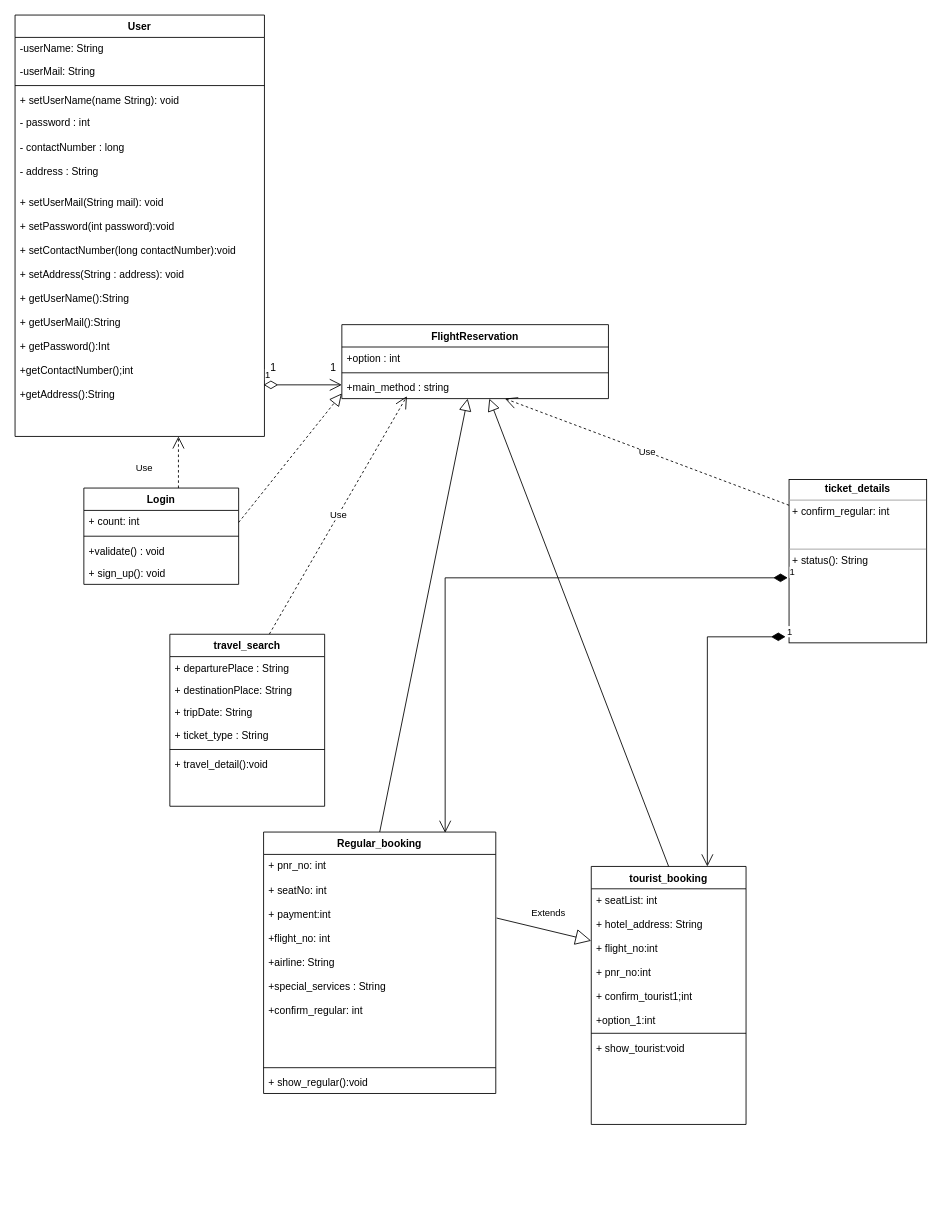
This is flightReservation_uml.drawio from BhaDuDo/FlightReservation, a draw.io file, before an edit. Source tidied: cells renumbered, new cells numbered last; positions are measured from the earlier drawing's top-left corner, leaving out a move shared by most shapes. Both pictures are drawn from the tidied source at 86%, with x=0, y=0 at pixel (15, 15).
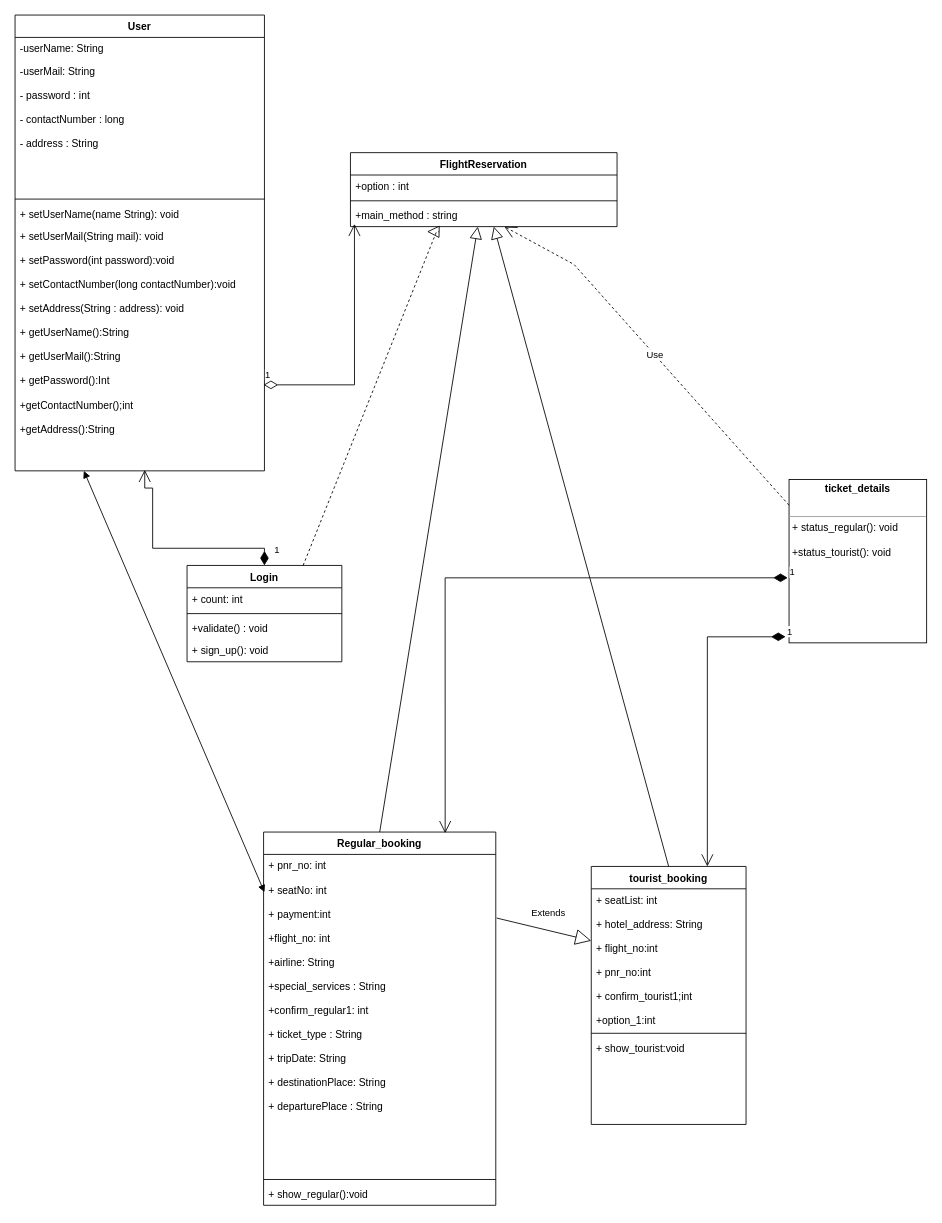
The same page after the edit.

Commit message:
final uml completed

The change refers to these unchanged cells:
```xml
<mxCell id="15" value="+main_method : string" style="text;strokeColor=none;fillColor=none;align=left;verticalAlign=top;spacingLeft=4;spacingRight=4;overflow=hidden;points=[[0,0.5],[1,0.5]];portConstraint=eastwest;" parent="12" vertex="1">
  <mxGeometry y="60" width="310" height="26" as="geometry" />
</mxCell>
```

What changed in the source:
```diff
@@
     <mxCell id="2" value="Login" style="swimlane;fontStyle=1;align=center;verticalAlign=top;horizontal=1;startSize=26;" parent="1" vertex="1">
-      <mxGeometry x="80" y="550" width="180" height="112" as="geometry" />
+      <mxGeometry x="200" y="640" width="180" height="112" as="geometry" />
     </mxCell>
@@
     <mxCell id="12" value="FlightReservation" style="swimlane;fontStyle=1;align=center;verticalAlign=top;horizontal=1;startSize=26;" parent="1" vertex="1">
-      <mxGeometry x="380" y="360" width="310" height="86" as="geometry" />
+      <mxGeometry x="390" y="160" width="310" height="86" as="geometry" />
     </mxCell>
@@
     <mxCell id="18" value="Regular_booking" style="swimlane;fontStyle=1;align=center;verticalAlign=top;horizontal=1;startSize=26;" parent="1" vertex="1">
-      <mxGeometry x="289" y="950" width="270" height="304" as="geometry" />
+      <mxGeometry x="289" y="950" width="270" height="434" as="geometry" />
     </mxCell>
-    <mxCell id="19" value="+ pnr_no: int&#10;&#10;+ seatNo: int&#10;&#10;+ payment:int&#10;&#10;+flight_no: int&#10;&#10;+airline: String&#10;&#10;+special_services : String&#10;&#10;+confirm_regular: int " style="text;strokeColor=none;fillColor=none;align=left;verticalAlign=top;spacingLeft=4;spacingRight=4;overflow=hidden;" parent="18" vertex="1">
-      <mxGeometry y="26" width="270" height="244" as="geometry" />
+    <mxCell id="19" value="+ pnr_no: int&#10;&#10;+ seatNo: int&#10;&#10;+ payment:int&#10;&#10;+flight_no: int&#10;&#10;+airline: String&#10;&#10;+special_services : String&#10;&#10;+confirm_regular1: int&#10;&#10;+ ticket_type : String &#10;&#10;+ tripDate: String&#10;&#10;+ destinationPlace: String&#10;&#10;+ departurePlace : String" style="text;strokeColor=none;fillColor=none;align=left;verticalAlign=top;spacingLeft=4;spacingRight=4;overflow=hidden;" parent="18" vertex="1">
+      <mxGeometry y="26" width="270" height="374" as="geometry" />
     </mxCell>
     <mxCell id="20" style="line;strokeWidth=1;fillColor=none;align=left;verticalAlign=middle;spacingTop=-1;spacingLeft=3;spacingRight=3;labelPosition=right;" parent="18" vertex="1">
-      <mxGeometry y="270" width="270" height="8" as="geometry" />
+      <mxGeometry y="400" width="270" height="8" as="geometry" />
     </mxCell>
     <mxCell id="21" value="+ show_regular():void" style="text;strokeColor=none;fillColor=none;align=left;verticalAlign=top;spacingLeft=4;spacingRight=4;overflow=hidden;" parent="18" vertex="1">
-      <mxGeometry y="278" width="270" height="26" as="geometry" />
+      <mxGeometry y="408" width="270" height="26" as="geometry" />
     </mxCell>
     <mxCell id="22" value="User" style="swimlane;fontStyle=1;align=center;verticalAlign=top;horizontal=1;startSize=26;" parent="1" vertex="1">
-      <mxGeometry width="290" height="490" as="geometry" />
+      <mxGeometry width="290" height="530" as="geometry" />
     </mxCell>
@@
-    <mxCell id="24" value="-userMail: String" style="text;strokeColor=none;fillColor=none;align=left;verticalAlign=top;spacingLeft=4;spacingRight=4;overflow=hidden;" parent="22" vertex="1">
-      <mxGeometry y="52" width="290" height="26" as="geometry" />
+    <mxCell id="24" value="-userMail: String&#10;&#10;- password : int&#10;&#10;- contactNumber : long&#10;&#10;- address : String" style="text;strokeColor=none;fillColor=none;align=left;verticalAlign=top;spacingLeft=4;spacingRight=4;overflow=hidden;" parent="22" vertex="1">
+      <mxGeometry y="52" width="290" height="158" as="geometry" />
     </mxCell>
     <mxCell id="25" style="line;strokeWidth=1;fillColor=none;align=left;verticalAlign=middle;spacingTop=-1;spacingLeft=3;spacingRight=3;labelPosition=right;" parent="22" vertex="1">
-      <mxGeometry y="78" width="290" height="8" as="geometry" />
+      <mxGeometry y="210" width="290" height="8" as="geometry" />
     </mxCell>
     <mxCell id="26" value="+ setUserName(name String): void" style="text;strokeColor=none;fillColor=none;align=left;verticalAlign=top;spacingLeft=4;spacingRight=4;overflow=hidden;" parent="22" vertex="1">
-      <mxGeometry y="86" width="290" height="26" as="geometry" />
+      <mxGeometry y="218" width="290" height="26" as="geometry" />
     </mxCell>
-    <mxCell id="27" value="- password : int&#10;&#10;- contactNumber : long&#10;&#10;- address : String" style="text;strokeColor=none;fillColor=none;align=left;verticalAlign=top;spacingLeft=4;spacingRight=4;overflow=hidden;" parent="22" vertex="1">
-      <mxGeometry y="112" width="290" height="92" as="geometry" />
-    </mxCell>
     <mxCell id="28" value="+ setUserMail(String mail): void&#10;&#10;+ setPassword(int password):void&#10;&#10;+ setContactNumber(long contactNumber):void&#10;&#10;+ setAddress(String : address): void&#10;&#10;+ getUserName():String&#10;&#10;+ getUserMail():String&#10;&#10;+ getPassword():Int&#10;&#10;+getContactNumber();int&#10;&#10;+getAddress():String&#10;" style="text;strokeColor=none;fillColor=none;align=left;verticalAlign=top;spacingLeft=4;spacingRight=4;overflow=hidden;points=[[0,0.5],[1,0.5]];portConstraint=eastwest;" parent="22" vertex="1">
-      <mxGeometry y="204" width="290" height="286" as="geometry" />
+      <mxGeometry y="244" width="290" height="286" as="geometry" />
     </mxCell>
-    <mxCell id="29" value="1" style="text;html=1;align=center;verticalAlign=middle;" parent="1" vertex="1">
-      <mxGeometry x="290" y="400" width="20" height="20" as="geometry" />
-    </mxCell>
-    <mxCell id="30" value="1" style="text;html=1;align=center;verticalAlign=middle;" parent="1" vertex="1">
-      <mxGeometry x="360" y="400" width="20" height="20" as="geometry" />
-    </mxCell>
-    <mxCell id="31" value="travel_search" style="swimlane;fontStyle=1;align=center;verticalAlign=top;horizontal=1;startSize=26;" parent="1" vertex="1">
-      <mxGeometry x="180" y="720" width="180" height="200" as="geometry" />
-    </mxCell>
-    <mxCell id="32" value="+ departurePlace : String" style="text;strokeColor=none;fillColor=none;align=left;verticalAlign=top;spacingLeft=4;spacingRight=4;overflow=hidden;" parent="31" vertex="1">
-      <mxGeometry y="26" width="180" height="26" as="geometry" />
-    </mxCell>
-    <mxCell id="33" value="+ destinationPlace: String" style="text;strokeColor=none;fillColor=none;align=left;verticalAlign=top;spacingLeft=4;spacingRight=4;overflow=hidden;" parent="31" vertex="1">
-      <mxGeometry y="52" width="180" height="26" as="geometry" />
-    </mxCell>
-    <mxCell id="34" value="+ tripDate: String" style="text;strokeColor=none;fillColor=none;align=left;verticalAlign=top;spacingLeft=4;spacingRight=4;overflow=hidden;" parent="31" vertex="1">
-      <mxGeometry y="78" width="180" height="26" as="geometry" />
-    </mxCell>
-    <mxCell id="35" value="+ ticket_type : String" style="text;strokeColor=none;fillColor=none;align=left;verticalAlign=top;spacingLeft=4;spacingRight=4;overflow=hidden;" parent="31" vertex="1">
-      <mxGeometry y="104" width="180" height="26" as="geometry" />
-    </mxCell>
-    <mxCell id="36" style="line;strokeWidth=1;fillColor=none;align=left;verticalAlign=middle;spacingTop=-1;spacingLeft=3;spacingRight=3;labelPosition=right;" parent="31" vertex="1">
-      <mxGeometry y="130" width="180" height="8" as="geometry" />
-    </mxCell>
-    <mxCell id="37" value="+ travel_detail():void" style="text;strokeColor=none;fillColor=none;align=left;verticalAlign=top;spacingLeft=4;spacingRight=4;overflow=hidden;" parent="31" vertex="1">
-      <mxGeometry y="138" width="180" height="62" as="geometry" />
-    </mxCell>
-    <mxCell id="38" value="&lt;p style=&quot;margin: 0px ; margin-top: 4px ; text-align: center&quot;&gt;&lt;b&gt;ticket_details&lt;/b&gt;&lt;/p&gt;&lt;hr size=&quot;1&quot;&gt;&lt;p style=&quot;margin: 0px ; margin-left: 4px&quot;&gt;+ confirm_regular: int&lt;/p&gt;&lt;p style=&quot;margin: 0px ; margin-left: 4px&quot;&gt;&lt;br&gt;&lt;/p&gt;&lt;p style=&quot;margin: 0px ; margin-left: 4px&quot;&gt;&lt;br&gt;&lt;/p&gt;&lt;hr size=&quot;1&quot;&gt;&lt;p style=&quot;margin: 0px ; margin-left: 4px&quot;&gt;+ status(): String&lt;/p&gt;" style="verticalAlign=top;align=left;overflow=fill;fontSize=12;fontFamily=Helvetica;html=1;" parent="1" vertex="1">
+    <mxCell id="38" value="&lt;p style=&quot;margin: 0px ; margin-top: 4px ; text-align: center&quot;&gt;&lt;b&gt;ticket_details&lt;/b&gt;&lt;/p&gt;&lt;p style=&quot;margin: 0px ; margin-top: 4px ; text-align: center&quot;&gt;&lt;b&gt;&lt;br&gt;&lt;/b&gt;&lt;/p&gt;&lt;hr size=&quot;1&quot;&gt;&lt;p style=&quot;margin: 0px ; margin-left: 4px&quot;&gt;+ status_regular(): void&lt;/p&gt;&lt;p style=&quot;margin: 0px ; margin-left: 4px&quot;&gt;&lt;br&gt;&lt;/p&gt;&lt;p style=&quot;margin: 0px ; margin-left: 4px&quot;&gt;+status_tourist(): void&lt;/p&gt;" style="verticalAlign=top;align=left;overflow=fill;fontSize=12;fontFamily=Helvetica;html=1;" parent="1" vertex="1">
       <mxGeometry x="900" y="540" width="160" height="190" as="geometry" />
     </mxCell>
-    <mxCell id="39" value="1" style="endArrow=open;html=1;endSize=12;startArrow=diamondThin;startSize=14;startFill=0;edgeStyle=orthogonalEdgeStyle;align=left;verticalAlign=bottom;rounded=0;" parent="1" edge="1">
+    <mxCell id="39" value="1" style="endArrow=open;html=1;endSize=12;startArrow=diamondThin;startSize=14;startFill=0;edgeStyle=orthogonalEdgeStyle;align=left;verticalAlign=bottom;rounded=0;entryX=0.015;entryY=0.88;entryDx=0;entryDy=0;entryPerimeter=0;" parent="1" edge="1" target="15">
       <mxGeometry x="-1" y="3" relative="1" as="geometry">
         <mxPoint x="289" y="430" as="sourcePoint" />
-        <mxPoint x="380" y="430" as="targetPoint" />
         <Array as="points">
-          <mxPoint x="329" y="430" />
-          <mxPoint x="329" y="430" />
+          <mxPoint x="395" y="430" />
         </Array>
       </mxGeometry>
     </mxCell>
-    <mxCell id="40" style="endArrow=block;dashed=1;endFill=0;endSize=12;html=1;rounded=0;" parent="1" edge="1">
+    <mxCell id="40" style="endArrow=block;dashed=1;endFill=0;endSize=12;html=1;rounded=0;exitX=0.75;exitY=0;exitDx=0;exitDy=0;entryX=0.287;entryY=1.222;entryDx=0;entryDy=0;entryPerimeter=0;" parent="1" edge="1" source="2" target="15">
       <mxGeometry relative="1" as="geometry">
-        <mxPoint x="260" y="590" as="sourcePoint" />
-        <mxPoint x="380" y="440" as="targetPoint" />
+        <Array as="points">
+          <mxPoint x="490" y="252" />
+        </Array>
       </mxGeometry>
     </mxCell>
-    <mxCell id="41" value="Use" style="endArrow=open;endSize=12;dashed=1;html=1;rounded=0;" parent="1" edge="1">
-      <mxGeometry x="-0.25" y="40" relative="1" as="geometry">
-        <mxPoint x="190" y="550" as="sourcePoint" />
-        <mxPoint x="190" y="490" as="targetPoint" />
-        <Array as="points">
-          <mxPoint x="190" y="520" />
-        </Array>
-      </mxGeometry>
-    </mxCell>
-    <mxCell id="42" value="Use" style="endArrow=open;endSize=12;dashed=1;html=1;rounded=0;exitX=0.643;exitY=-0.001;exitDx=0;exitDy=0;exitPerimeter=0;entryX=0.244;entryY=0.89;entryDx=0;entryDy=0;entryPerimeter=0;" parent="1" edge="1" source="31" target="15">
-      <mxGeometry relative="1" as="geometry" />
-    </mxCell>
     <mxCell id="43" value="Use" style="endArrow=open;endSize=12;dashed=1;html=1;rounded=0;exitX=0;exitY=0.158;exitDx=0;exitDy=0;exitPerimeter=0;" parent="1" edge="1" source="38" target="15">
-      <mxGeometry relative="1" as="geometry" />
+      <mxGeometry relative="1" as="geometry">
+        <Array as="points">
+          <mxPoint x="650" y="290" />
+        </Array>
+      </mxGeometry>
     </mxCell>
@@
+    <mxCell id="46" value="1" style="endArrow=open;html=1;endSize=12;startArrow=diamondThin;startSize=14;startFill=1;edgeStyle=orthogonalEdgeStyle;align=left;verticalAlign=bottom;rounded=0;exitX=0.5;exitY=0;exitDx=0;exitDy=0;entryX=0.52;entryY=0.996;entryDx=0;entryDy=0;entryPerimeter=0;" parent="1" edge="1" source="2" target="28">
+      <mxGeometry x="-0.92" y="-10" relative="1" as="geometry">
+        <Array as="points">
+          <mxPoint x="290" y="620" />
+          <mxPoint x="160" y="620" />
+          <mxPoint x="160" y="550" />
+          <mxPoint x="151" y="550" />
+        </Array>
+        <mxPoint y="1" as="offset" />
+      </mxGeometry>
+    </mxCell>
+    <mxCell id="47" style="endArrow=block;startArrow=block;endFill=1;startFill=1;html=1;rounded=0;" parent="1" edge="1">
+      <mxGeometry relative="1" as="geometry">
+        <mxPoint x="80" y="530" as="sourcePoint" />
+        <mxPoint x="290" y="1020" as="targetPoint" />
+      </mxGeometry>
+    </mxCell>
```
